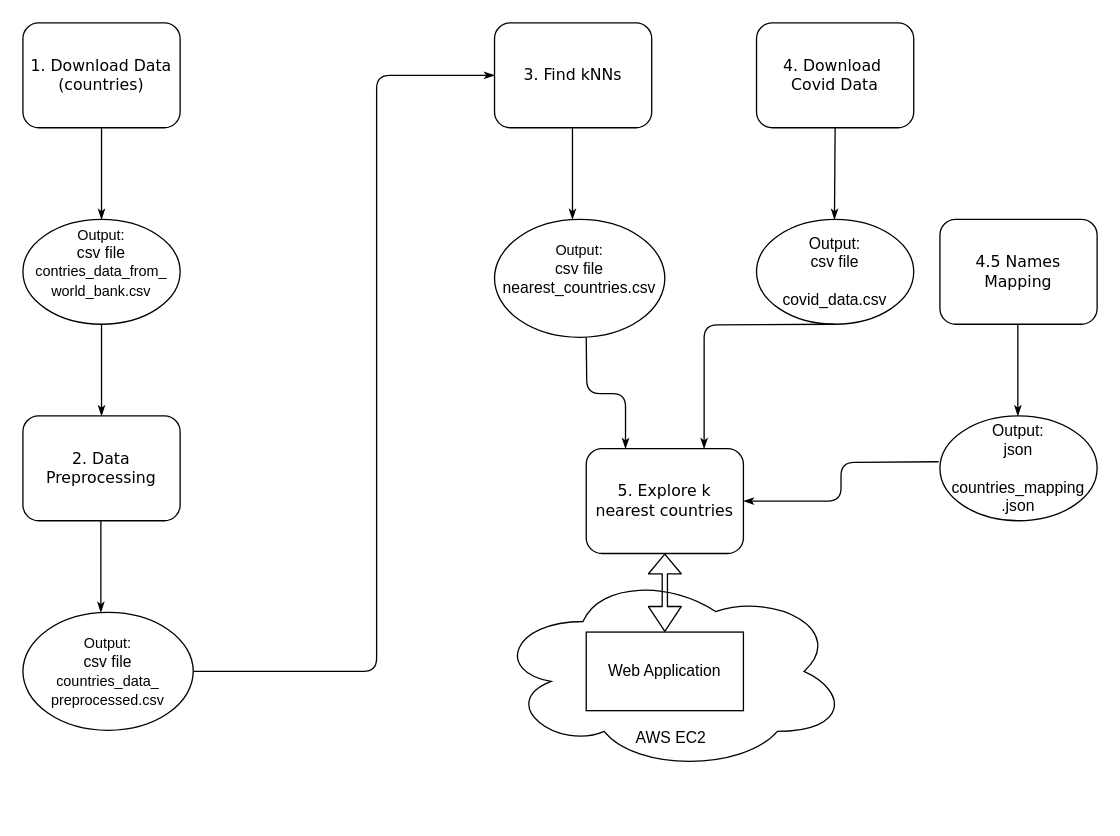
azat-khatyn/covid-north-korea-challenge keeps this draw.io diagram as architecture.drawio. Above is the earlier version. Source tidied: cells renumbered, new cells numbered last; positions are measured from the earlier drawing's top-left corner, leaving out a move shared by most shapes. Both pictures are drawn from the tidied source at 131%, with x=0, y=0 at pixel (22, 22).
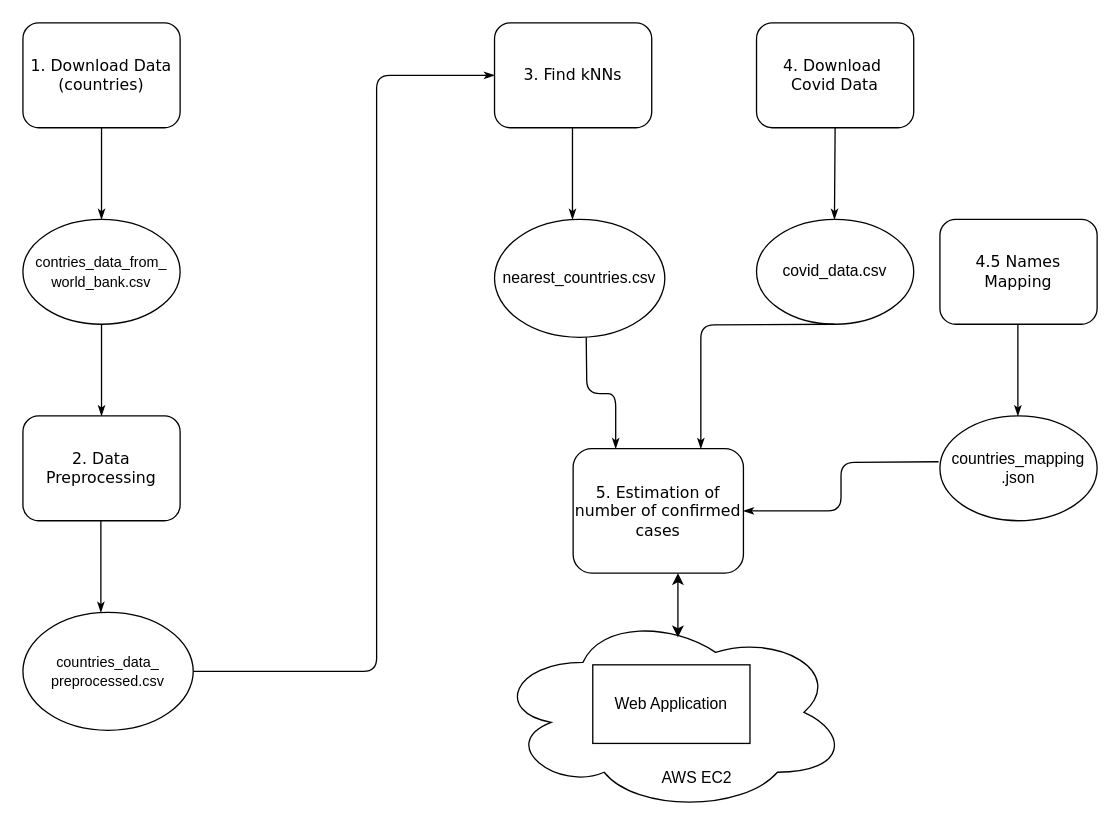
The same diagram, later.

Diff of the diagram source:
```diff
@@
-    <mxCell id="2" value="&lt;br&gt;&lt;br&gt;&lt;br&gt;&lt;br&gt;&lt;br&gt;&lt;br&gt;&lt;br&gt;AWS EC2" style="ellipse;shape=cloud;whiteSpace=wrap;html=1;" parent="1" vertex="1">
-      <mxGeometry x="360" y="418.8" width="270" height="152.5" as="geometry" />
+    <mxCell id="2" value="&lt;br&gt;&lt;br&gt;&lt;br&gt;&lt;br&gt;&lt;br&gt;&lt;br&gt;&lt;br&gt;&amp;nbsp; &amp;nbsp; &amp;nbsp; &amp;nbsp; &amp;nbsp; &amp;nbsp; AWS EC2" style="ellipse;shape=cloud;whiteSpace=wrap;html=1;" parent="1" vertex="1">
+      <mxGeometry x="360" y="450" width="270" height="152.5" as="geometry" />
     </mxCell>
@@
-    <mxCell id="8" value="Output:&lt;br&gt;json&lt;br&gt;&lt;br&gt;countries_mapping&lt;br&gt;.json" style="ellipse;whiteSpace=wrap;html=1;" parent="1" vertex="1">
+    <mxCell id="8" value="countries_mapping&lt;br&gt;.json" style="ellipse;whiteSpace=wrap;html=1;" parent="1" vertex="1">
       <mxGeometry x="700" y="300" width="120" height="80" as="geometry" />
     </mxCell>
-    <mxCell id="9" value="&lt;span style=&quot;font-size: 11px&quot;&gt;Output:&lt;br&gt;&lt;/span&gt;&lt;span&gt;csv file&lt;/span&gt;&lt;br&gt;&lt;span style=&quot;font-size: 11px&quot;&gt;countries_data_&lt;br&gt;preprocessed.csv&lt;/span&gt;" style="ellipse;whiteSpace=wrap;html=1;" parent="1" vertex="1">
+    <mxCell id="9" value="&lt;span style=&quot;font-size: 11px&quot;&gt;countries_data_&lt;br&gt;preprocessed.csv&lt;/span&gt;" style="ellipse;whiteSpace=wrap;html=1;" parent="1" vertex="1">
       <mxGeometry y="450" width="130" height="90" as="geometry" />
     </mxCell>
-    <mxCell id="10" value="&lt;font&gt;&lt;span style=&quot;font-size: 11px&quot;&gt;Output:&lt;br&gt;&lt;/span&gt;csv file&lt;br&gt;&lt;span style=&quot;font-size: 11px&quot;&gt;contries_data_from_&lt;br&gt;world_bank.csv&lt;/span&gt;&lt;br&gt;&lt;br&gt;&lt;/font&gt;" style="ellipse;whiteSpace=wrap;html=1;" parent="1" vertex="1">
+    <mxCell id="10" value="&lt;font&gt;&lt;br&gt;&lt;span style=&quot;font-size: 11px&quot;&gt;contries_data_from_&lt;br&gt;world_bank.csv&lt;/span&gt;&lt;br&gt;&lt;br&gt;&lt;/font&gt;" style="ellipse;whiteSpace=wrap;html=1;" parent="1" vertex="1">
       <mxGeometry y="150" width="120" height="80" as="geometry" />
     </mxCell>
@@
-    <mxCell id="14" value="&lt;font&gt;&lt;span style=&quot;font-size: 11px&quot;&gt;Output:&lt;br&gt;&lt;/span&gt;csv file&lt;br&gt;nearest_countries.csv&lt;br&gt;&lt;br&gt;&lt;/font&gt;" style="ellipse;whiteSpace=wrap;html=1;" parent="1" vertex="1">
+    <mxCell id="14" value="&lt;font&gt;&lt;br&gt;nearest_countries.csv&lt;br&gt;&lt;br&gt;&lt;/font&gt;" style="ellipse;whiteSpace=wrap;html=1;" parent="1" vertex="1">
       <mxGeometry x="360" y="150" width="130" height="90" as="geometry" />
     </mxCell>
@@
-    <mxCell id="18" value="Output:&lt;br&gt;csv file&lt;br&gt;&lt;br&gt;covid_data.csv" style="ellipse;whiteSpace=wrap;html=1;" parent="1" vertex="1">
+    <mxCell id="18" value="covid_data.csv" style="ellipse;whiteSpace=wrap;html=1;" parent="1" vertex="1">
       <mxGeometry x="560" y="150" width="120" height="80" as="geometry" />
     </mxCell>
@@
-    <mxCell id="20" value="5. Explore k nearest countries" style="rounded=1;whiteSpace=wrap;html=1;shadow=0;labelBackgroundColor=none;strokeWidth=1;fontFamily=Verdana;fontSize=12;align=center;" parent="1" vertex="1">
-      <mxGeometry x="430" y="325" width="120" height="80" as="geometry" />
+    <mxCell id="20" value="5. Estimation of number of confirmed cases" style="rounded=1;whiteSpace=wrap;html=1;shadow=0;labelBackgroundColor=none;strokeWidth=1;fontFamily=Verdana;fontSize=12;align=center;" parent="1" vertex="1">
+      <mxGeometry x="420" y="325" width="130" height="95" as="geometry" />
     </mxCell>
@@
     <mxCell id="24" value="Web Application" style="rounded=0;whiteSpace=wrap;html=1;" parent="1" vertex="1">
-      <mxGeometry x="430" y="465" width="120" height="60" as="geometry" />
+      <mxGeometry x="435" y="490" width="120" height="60" as="geometry" />
     </mxCell>
-    <mxCell id="25" style="shape=flexArrow;endArrow=classic;startArrow=classic;html=1;width=4;endSize=4.67;entryX=0.5;entryY=1;entryDx=0;entryDy=0;" parent="1" edge="1" target="20">
-      <mxGeometry relative="1" as="geometry">
-        <mxPoint x="490" y="465" as="sourcePoint" />
-      </mxGeometry>
-    </mxCell>
+    <mxCell id="26" style="endArrow=classic;startArrow=classic;html=1;" parent="1" edge="1">
+      <mxGeometry relative="1" as="geometry">
+        <mxPoint x="500" y="469" as="sourcePoint" />
+        <mxPoint x="500" y="420" as="targetPoint" />
+      </mxGeometry>
+    </mxCell>
```
